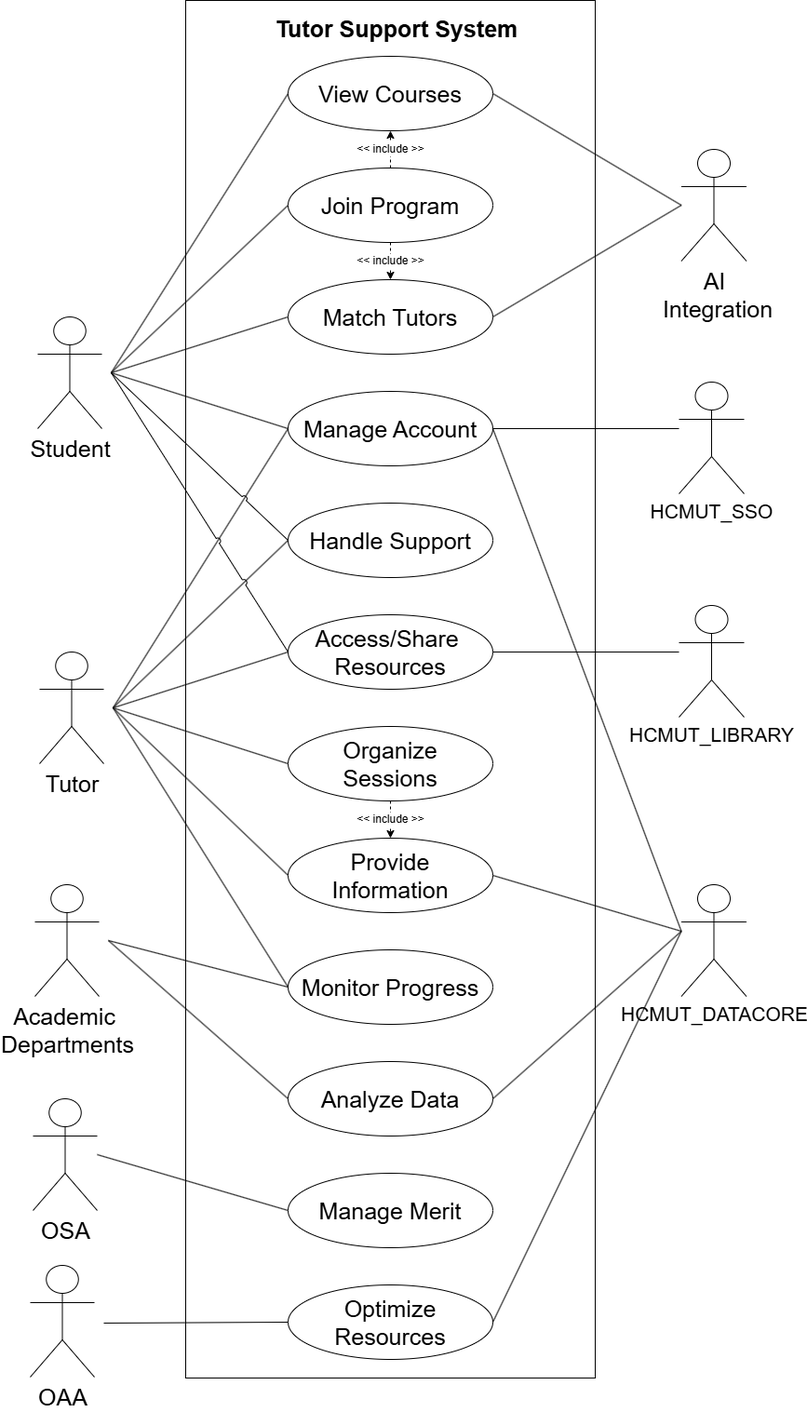
Above: docs/usecases/system/system.drawio.png in lamtranhuynhha/tutor-support-system (draw.io), before the change. Source tidied: cells renumbered, new cells last; positions are measured from the earlier drawing's top-left corner, leaving out a move shared by most shapes. Source of this version:
```xml
<mxGraphModel background="#ffffff">
  <root>
    <mxCell id="0" />
    <mxCell id="1" parent="0" />
    <mxCell id="2" style="rounded=0;whiteSpace=wrap;html=1;" parent="1" vertex="1">
      <mxGeometry x="170" width="440" height="1480" as="geometry" />
    </mxCell>
    <mxCell id="3" style="rounded=0;whiteSpace=wrap;html=1;opacity=0;fontSize=21;" parent="1" vertex="1">
      <mxGeometry x="702.5" y="930" width="75" height="140" as="geometry" />
    </mxCell>
    <mxCell id="4" style="rounded=0;whiteSpace=wrap;html=1;opacity=0;fontSize=21;" parent="1" vertex="1">
      <mxGeometry x="700" y="630" width="75" height="140" as="geometry" />
    </mxCell>
    <mxCell id="5" style="rounded=0;whiteSpace=wrap;html=1;opacity=0;fontSize=21;" parent="1" vertex="1">
      <mxGeometry x="700" y="390" width="75" height="140" as="geometry" />
    </mxCell>
    <mxCell id="6" style="rounded=0;whiteSpace=wrap;html=1;opacity=0;fontSize=25;" parent="1" vertex="1">
      <mxGeometry y="1180" width="75" height="120" as="geometry" />
    </mxCell>
    <mxCell id="7" style="rounded=0;whiteSpace=wrap;html=1;opacity=0;fontSize=25;" parent="1" vertex="1">
      <mxGeometry x="7" y="1361" width="75" height="120" as="geometry" />
    </mxCell>
    <mxCell id="8" style="rounded=0;whiteSpace=wrap;html=1;opacity=0;fontSize=25;" parent="1" vertex="1">
      <mxGeometry x="12" y="960" width="75" height="100" as="geometry" />
    </mxCell>
    <mxCell id="9" style="rounded=0;whiteSpace=wrap;html=1;opacity=0;fontSize=25;" parent="1" vertex="1">
      <mxGeometry x="17" y="700" width="75" height="120" as="geometry" />
    </mxCell>
    <mxCell id="10" style="rounded=0;whiteSpace=wrap;html=1;opacity=0;fontSize=25;" parent="1" vertex="1">
      <mxGeometry x="15" y="340" width="75" height="120" as="geometry" />
    </mxCell>
    <mxCell id="11" style="rounded=0;whiteSpace=wrap;html=1;opacity=0;fontSize=25;" parent="1" vertex="1">
      <mxGeometry x="702.5" y="150" width="75" height="140" as="geometry" />
    </mxCell>
    <mxCell id="12" value="Student" style="shape=umlActor;verticalLabelPosition=bottom;verticalAlign=top;html=1;fontSize=25;" parent="1" vertex="1">
      <mxGeometry x="11" y="340" width="69" height="120" as="geometry" />
    </mxCell>
    <mxCell id="13" value="Manage Account" style="ellipse;whiteSpace=wrap;html=1;fontSize=25;" parent="1" vertex="1">
      <mxGeometry x="280" y="420" width="220" height="80" as="geometry" />
    </mxCell>
    <mxCell id="14" value="Match Tutors" style="ellipse;whiteSpace=wrap;html=1;fontSize=25;" parent="1" vertex="1">
      <mxGeometry x="280" y="300" width="220" height="80" as="geometry" />
    </mxCell>
    <mxCell id="15" value="&amp;lt;&amp;lt; include &amp;gt;&amp;gt;" style="edgeStyle=none;html=1;entryX=0.5;entryY=1;entryDx=0;entryDy=0;dashed=1;fontSize=12;" parent="1" edge="1" source="17" target="18">
      <mxGeometry relative="1" as="geometry" />
    </mxCell>
    <mxCell id="16" value="&amp;lt;&amp;lt; include &amp;gt;&amp;gt;" style="edgeStyle=none;html=1;entryX=0.5;entryY=0;entryDx=0;entryDy=0;dashed=1;fontSize=12;" parent="1" edge="1" source="17" target="14">
      <mxGeometry relative="1" as="geometry" />
    </mxCell>
    <mxCell id="17" value="Join Program" style="ellipse;whiteSpace=wrap;html=1;fontSize=25;" parent="1" vertex="1">
      <mxGeometry x="280" y="180" width="220" height="80" as="geometry" />
    </mxCell>
    <mxCell id="18" value="View Courses" style="ellipse;whiteSpace=wrap;html=1;fontSize=25;" parent="1" vertex="1">
      <mxGeometry x="280" y="60" width="220" height="80" as="geometry" />
    </mxCell>
    <mxCell id="19" value="Provide&lt;div&gt;Information&lt;/div&gt;" style="ellipse;whiteSpace=wrap;html=1;fontSize=25;" parent="1" vertex="1">
      <mxGeometry x="280" y="900" width="220" height="80" as="geometry" />
    </mxCell>
    <mxCell id="20" value="&amp;lt;&amp;lt; include &amp;gt;&amp;gt;" style="edgeStyle=none;html=1;dashed=1;fontSize=12;" parent="1" edge="1" source="21" target="19">
      <mxGeometry relative="1" as="geometry" />
    </mxCell>
    <mxCell id="21" value="Organize&lt;div&gt;Sessions&lt;/div&gt;" style="ellipse;whiteSpace=wrap;html=1;fontSize=25;" parent="1" vertex="1">
      <mxGeometry x="280" y="780" width="220" height="80" as="geometry" />
    </mxCell>
    <mxCell id="22" value="Monitor Progress" style="ellipse;whiteSpace=wrap;html=1;fontSize=25;" parent="1" vertex="1">
      <mxGeometry x="280" y="1020" width="220" height="80" as="geometry" />
    </mxCell>
    <mxCell id="23" value="Analyze Data" style="ellipse;whiteSpace=wrap;html=1;fontSize=25;" parent="1" vertex="1">
      <mxGeometry x="280" y="1140" width="220" height="80" as="geometry" />
    </mxCell>
    <mxCell id="24" value="Access/Share&amp;nbsp;&lt;div&gt;Resources&lt;/div&gt;" style="ellipse;whiteSpace=wrap;html=1;fontSize=25;" parent="1" vertex="1">
      <mxGeometry x="280" y="660" width="220" height="80" as="geometry" />
    </mxCell>
    <mxCell id="25" value="Handle Support" style="ellipse;whiteSpace=wrap;html=1;fontSize=25;" parent="1" vertex="1">
      <mxGeometry x="280" y="540" width="220" height="80" as="geometry" />
    </mxCell>
    <mxCell id="26" value="Tutor" style="shape=umlActor;verticalLabelPosition=bottom;verticalAlign=top;html=1;fontSize=25;" parent="1" vertex="1">
      <mxGeometry x="13" y="700" width="69" height="120" as="geometry" />
    </mxCell>
    <mxCell id="27" value="Optimize Resources" style="ellipse;whiteSpace=wrap;html=1;fontSize=25;" parent="1" vertex="1">
      <mxGeometry x="280" y="1380" width="220" height="80" as="geometry" />
    </mxCell>
    <mxCell id="28" value="Manage&amp;nbsp;Merit" style="ellipse;whiteSpace=wrap;html=1;fontSize=25;" parent="1" vertex="1">
      <mxGeometry x="280" y="1260" width="220" height="80" as="geometry" />
    </mxCell>
    <mxCell id="29" value="Academic&amp;nbsp;&lt;div&gt;Departments&lt;/div&gt;" style="shape=umlActor;verticalLabelPosition=bottom;verticalAlign=top;html=1;fontSize=25;" parent="1" vertex="1">
      <mxGeometry x="8" y="950" width="69" height="120" as="geometry" />
    </mxCell>
    <mxCell id="30" value="OAA" style="shape=umlActor;verticalLabelPosition=bottom;verticalAlign=top;html=1;fontSize=25;" parent="1" vertex="1">
      <mxGeometry x="3" y="1359" width="69" height="120" as="geometry" />
    </mxCell>
    <mxCell id="31" value="OSA" style="shape=umlActor;verticalLabelPosition=bottom;verticalAlign=top;html=1;fontSize=25;" parent="1" vertex="1">
      <mxGeometry x="6" y="1180" width="69" height="120" as="geometry" />
    </mxCell>
    <mxCell id="32" value="HCMUT_SSO" style="shape=umlActor;verticalLabelPosition=bottom;verticalAlign=top;html=1;fontSize=21;" parent="1" vertex="1">
      <mxGeometry x="700" y="410" width="70" height="120" as="geometry" />
    </mxCell>
    <mxCell id="33" value="HCMUT_LIBRARY" style="shape=umlActor;verticalLabelPosition=bottom;verticalAlign=top;html=1;fontSize=21;" parent="1" vertex="1">
      <mxGeometry x="700" y="650" width="70" height="120" as="geometry" />
    </mxCell>
    <mxCell id="34" value="HCMUT_DATACORE" style="shape=umlActor;verticalLabelPosition=bottom;verticalAlign=top;html=1;fontSize=21;" parent="1" vertex="1">
      <mxGeometry x="702.5" y="950" width="70" height="120" as="geometry" />
    </mxCell>
    <mxCell id="35" style="endArrow=none;html=1;exitX=1;exitY=0.5;exitDx=0;exitDy=0;entryX=0;entryY=0.5;entryDx=0;entryDy=0;fontSize=25;" parent="1" edge="1" source="10" target="18">
      <mxGeometry relative="1" as="geometry" />
    </mxCell>
    <mxCell id="36" style="endArrow=none;html=1;exitX=1;exitY=0.5;exitDx=0;exitDy=0;entryX=0;entryY=0.5;entryDx=0;entryDy=0;fontSize=25;" parent="1" edge="1" source="10" target="17">
      <mxGeometry relative="1" as="geometry" />
    </mxCell>
    <mxCell id="37" style="endArrow=none;html=1;exitX=1;exitY=0.5;exitDx=0;exitDy=0;entryX=0;entryY=0.5;entryDx=0;entryDy=0;fontSize=25;" parent="1" edge="1" source="10" target="14">
      <mxGeometry relative="1" as="geometry" />
    </mxCell>
    <mxCell id="38" style="endArrow=none;html=1;exitX=1;exitY=0.5;exitDx=0;exitDy=0;entryX=0;entryY=0.5;entryDx=0;entryDy=0;fontSize=25;" parent="1" edge="1" source="9" target="25">
      <mxGeometry relative="1" as="geometry" />
    </mxCell>
    <mxCell id="39" style="endArrow=none;html=1;exitX=1;exitY=0.5;exitDx=0;exitDy=0;entryX=0;entryY=0.5;entryDx=0;entryDy=0;fontSize=25;" parent="1" edge="1" source="9" target="24">
      <mxGeometry relative="1" as="geometry" />
    </mxCell>
    <mxCell id="40" style="endArrow=none;html=1;exitX=1;exitY=0.5;exitDx=0;exitDy=0;entryX=0;entryY=0.5;entryDx=0;entryDy=0;fontSize=25;" parent="1" edge="1" source="9" target="13">
      <mxGeometry relative="1" as="geometry" />
    </mxCell>
    <mxCell id="41" style="endArrow=none;html=1;exitX=1;exitY=0.5;exitDx=0;exitDy=0;entryX=0;entryY=0.5;entryDx=0;entryDy=0;fontSize=25;" parent="1" edge="1" source="9" target="21">
      <mxGeometry relative="1" as="geometry" />
    </mxCell>
    <mxCell id="42" style="endArrow=none;html=1;exitX=1;exitY=0.5;exitDx=0;exitDy=0;entryX=0;entryY=0.5;entryDx=0;entryDy=0;fontSize=25;" parent="1" edge="1" source="9" target="19">
      <mxGeometry relative="1" as="geometry" />
    </mxCell>
    <mxCell id="43" style="endArrow=none;html=1;exitX=1;exitY=0.5;exitDx=0;exitDy=0;entryX=0;entryY=0.5;entryDx=0;entryDy=0;fontSize=25;" parent="1" edge="1" source="9" target="22">
      <mxGeometry relative="1" as="geometry" />
    </mxCell>
    <mxCell id="44" style="endArrow=none;html=1;exitX=1;exitY=0.5;exitDx=0;exitDy=0;entryX=0;entryY=0.5;entryDx=0;entryDy=0;fontSize=25;" parent="1" edge="1" source="8" target="22">
      <mxGeometry relative="1" as="geometry" />
    </mxCell>
    <mxCell id="45" style="endArrow=none;html=1;exitX=1;exitY=0.5;exitDx=0;exitDy=0;entryX=0;entryY=0.5;entryDx=0;entryDy=0;fontSize=25;" parent="1" edge="1" source="8" target="23">
      <mxGeometry relative="1" as="geometry" />
    </mxCell>
    <mxCell id="46" style="endArrow=none;html=1;entryX=0;entryY=0.5;entryDx=0;entryDy=0;exitX=1;exitY=0.5;exitDx=0;exitDy=0;fontSize=25;" parent="1" edge="1" source="7" target="27">
      <mxGeometry relative="1" as="geometry" />
    </mxCell>
    <mxCell id="47" style="endArrow=none;html=1;entryX=0;entryY=0.5;entryDx=0;entryDy=0;exitX=1;exitY=0.5;exitDx=0;exitDy=0;fontSize=25;" parent="1" edge="1" source="6" target="28">
      <mxGeometry relative="1" as="geometry" />
    </mxCell>
    <mxCell id="48" value="AI&lt;br&gt;&amp;nbsp;Integration" style="shape=umlActor;verticalLabelPosition=bottom;verticalAlign=top;html=1;fontSize=25;" parent="1" vertex="1">
      <mxGeometry x="702.5" y="160" width="70" height="120" as="geometry" />
    </mxCell>
    <mxCell id="49" style="endArrow=none;html=1;exitX=0;exitY=0.5;exitDx=0;exitDy=0;entryX=1;entryY=0.5;entryDx=0;entryDy=0;fontSize=25;" parent="1" edge="1" source="11" target="14">
      <mxGeometry relative="1" as="geometry" />
    </mxCell>
    <mxCell id="50" style="endArrow=none;html=1;exitX=0;exitY=0.5;exitDx=0;exitDy=0;entryX=1;entryY=0.5;entryDx=0;entryDy=0;fontSize=25;" parent="1" edge="1" source="11" target="18">
      <mxGeometry relative="1" as="geometry" />
    </mxCell>
    <mxCell id="51" value="&lt;font&gt;&lt;b&gt;Tutor Support System&lt;/b&gt;&lt;/font&gt;" style="text;html=1;align=center;verticalAlign=middle;whiteSpace=wrap;rounded=0;fontSize=25;" parent="1" vertex="1">
      <mxGeometry x="77" y="10" width="640" height="40" as="geometry" />
    </mxCell>
    <mxCell id="52" style="endArrow=none;html=1;exitX=1;exitY=0.5;exitDx=0;exitDy=0;entryX=0;entryY=0.5;entryDx=0;entryDy=0;fontSize=25;jumpStyle=arc;" parent="1" edge="1" source="10" target="13">
      <mxGeometry relative="1" as="geometry" />
    </mxCell>
    <mxCell id="53" style="endArrow=none;html=1;exitX=1;exitY=0.5;exitDx=0;exitDy=0;entryX=0;entryY=0.5;entryDx=0;entryDy=0;fontSize=25;jumpStyle=arc;" parent="1" edge="1" source="10" target="24">
      <mxGeometry relative="1" as="geometry" />
    </mxCell>
    <mxCell id="54" style="endArrow=none;html=1;exitX=1;exitY=0.5;exitDx=0;exitDy=0;entryX=0;entryY=0.5;entryDx=0;entryDy=0;fontSize=25;jumpStyle=arc;" parent="1" edge="1" source="10" target="25">
      <mxGeometry relative="1" as="geometry" />
    </mxCell>
    <mxCell id="55" style="endArrow=none;html=1;entryX=1;entryY=0.5;entryDx=0;entryDy=0;exitX=0;exitY=0.5;exitDx=0;exitDy=0;fontSize=25;jumpStyle=arc;" parent="1" edge="1" source="4" target="24">
      <mxGeometry relative="1" as="geometry" />
    </mxCell>
    <mxCell id="56" style="endArrow=none;html=1;entryX=1;entryY=0.5;entryDx=0;entryDy=0;exitX=0;exitY=0.5;exitDx=0;exitDy=0;" parent="1" edge="1" source="5" target="13">
      <mxGeometry relative="1" as="geometry" />
    </mxCell>
    <mxCell id="57" style="endArrow=none;html=1;exitX=0;exitY=0.5;exitDx=0;exitDy=0;entryX=1;entryY=0.5;entryDx=0;entryDy=0;" parent="1" edge="1" source="3" target="23">
      <mxGeometry relative="1" as="geometry" />
    </mxCell>
    <mxCell id="58" style="endArrow=none;html=1;entryX=1;entryY=0.5;entryDx=0;entryDy=0;exitX=0;exitY=0.5;exitDx=0;exitDy=0;" parent="1" edge="1" source="3" target="19">
      <mxGeometry relative="1" as="geometry" />
    </mxCell>
    <mxCell id="59" style="endArrow=none;html=1;entryX=1;entryY=0.5;entryDx=0;entryDy=0;exitX=0;exitY=0.5;exitDx=0;exitDy=0;" parent="1" edge="1" source="3" target="13">
      <mxGeometry relative="1" as="geometry" />
    </mxCell>
    <mxCell id="60" style="endArrow=none;html=1;exitX=0;exitY=0.5;exitDx=0;exitDy=0;entryX=1;entryY=0.5;entryDx=0;entryDy=0;jumpStyle=gap;" parent="1" edge="1" source="3" target="27">
      <mxGeometry relative="1" as="geometry" />
    </mxCell>
  </root>
</mxGraphModel>
```
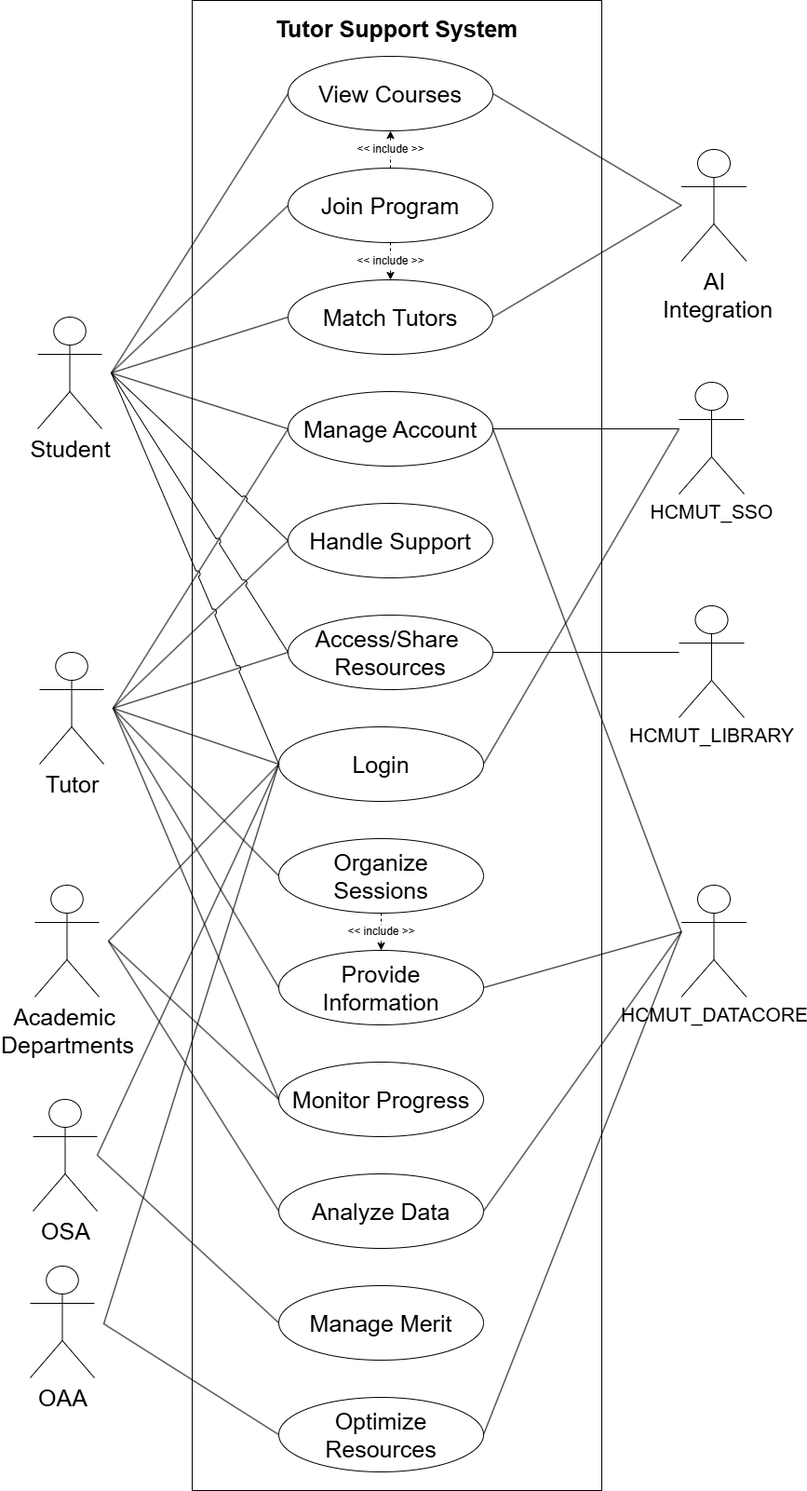
After the change.

What changed in the source:
```diff
@@ -3,7 +3,7 @@
     <mxCell id="0" />
     <mxCell id="1" parent="0" />
     <mxCell id="2" style="rounded=0;whiteSpace=wrap;html=1;" parent="1" vertex="1">
-      <mxGeometry x="170" width="440" height="1480" as="geometry" />
+      <mxGeometry x="177" width="440" height="1600" as="geometry" />
     </mxCell>
     <mxCell id="3" style="rounded=0;whiteSpace=wrap;html=1;opacity=0;fontSize=21;" parent="1" vertex="1">
       <mxGeometry x="702.5" y="930" width="75" height="140" as="geometry" />
@@ -54,19 +54,19 @@
       <mxGeometry x="280" y="60" width="220" height="80" as="geometry" />
     </mxCell>
     <mxCell id="19" value="Provide&lt;div&gt;Information&lt;/div&gt;" style="ellipse;whiteSpace=wrap;html=1;fontSize=25;" parent="1" vertex="1">
-      <mxGeometry x="280" y="900" width="220" height="80" as="geometry" />
+      <mxGeometry x="270" y="1020" width="220" height="80" as="geometry" />
     </mxCell>
     <mxCell id="20" value="&amp;lt;&amp;lt; include &amp;gt;&amp;gt;" style="edgeStyle=none;html=1;dashed=1;fontSize=12;" parent="1" edge="1" source="21" target="19">
       <mxGeometry relative="1" as="geometry" />
     </mxCell>
     <mxCell id="21" value="Organize&lt;div&gt;Sessions&lt;/div&gt;" style="ellipse;whiteSpace=wrap;html=1;fontSize=25;" parent="1" vertex="1">
-      <mxGeometry x="280" y="780" width="220" height="80" as="geometry" />
+      <mxGeometry x="270" y="900" width="220" height="80" as="geometry" />
     </mxCell>
     <mxCell id="22" value="Monitor Progress" style="ellipse;whiteSpace=wrap;html=1;fontSize=25;" parent="1" vertex="1">
-      <mxGeometry x="280" y="1020" width="220" height="80" as="geometry" />
+      <mxGeometry x="270" y="1140" width="220" height="80" as="geometry" />
     </mxCell>
     <mxCell id="23" value="Analyze Data" style="ellipse;whiteSpace=wrap;html=1;fontSize=25;" parent="1" vertex="1">
-      <mxGeometry x="280" y="1140" width="220" height="80" as="geometry" />
+      <mxGeometry x="270" y="1260" width="220" height="80" as="geometry" />
     </mxCell>
     <mxCell id="24" value="Access/Share&amp;nbsp;&lt;div&gt;Resources&lt;/div&gt;" style="ellipse;whiteSpace=wrap;html=1;fontSize=25;" parent="1" vertex="1">
       <mxGeometry x="280" y="660" width="220" height="80" as="geometry" />
@@ -78,10 +78,10 @@
       <mxGeometry x="13" y="700" width="69" height="120" as="geometry" />
     </mxCell>
     <mxCell id="27" value="Optimize Resources" style="ellipse;whiteSpace=wrap;html=1;fontSize=25;" parent="1" vertex="1">
-      <mxGeometry x="280" y="1380" width="220" height="80" as="geometry" />
+      <mxGeometry x="270" y="1500" width="220" height="80" as="geometry" />
     </mxCell>
     <mxCell id="28" value="Manage&amp;nbsp;Merit" style="ellipse;whiteSpace=wrap;html=1;fontSize=25;" parent="1" vertex="1">
-      <mxGeometry x="280" y="1260" width="220" height="80" as="geometry" />
+      <mxGeometry x="270" y="1380" width="220" height="80" as="geometry" />
     </mxCell>
     <mxCell id="29" value="Academic&amp;nbsp;&lt;div&gt;Departments&lt;/div&gt;" style="shape=umlActor;verticalLabelPosition=bottom;verticalAlign=top;html=1;fontSize=25;" parent="1" vertex="1">
       <mxGeometry x="8" y="950" width="69" height="120" as="geometry" />
@@ -179,5 +179,28 @@
     <mxCell id="60" style="endArrow=none;html=1;exitX=0;exitY=0.5;exitDx=0;exitDy=0;entryX=1;entryY=0.5;entryDx=0;entryDy=0;jumpStyle=gap;" parent="1" edge="1" source="3" target="27">
       <mxGeometry relative="1" as="geometry" />
     </mxCell>
+    <mxCell id="61" value="Login" style="ellipse;whiteSpace=wrap;html=1;fontSize=25;" parent="1" vertex="1">
+      <mxGeometry x="270" y="780" width="220" height="80" as="geometry" />
+    </mxCell>
+    <mxCell id="62" style="endArrow=none;html=1;exitX=1;exitY=0.5;exitDx=0;exitDy=0;entryX=0;entryY=0.5;entryDx=0;entryDy=0;fontSize=25;" parent="1" edge="1" source="9" target="61">
+      <mxGeometry relative="1" as="geometry" />
+    </mxCell>
+    <mxCell id="63" style="endArrow=none;html=1;exitX=1;exitY=0.5;exitDx=0;exitDy=0;entryX=0;entryY=0.5;entryDx=0;entryDy=0;fontSize=25;jumpStyle=arc;" parent="1" edge="1" source="10" target="61">
+      <mxGeometry relative="1" as="geometry" />
+    </mxCell>
+    <mxCell id="64" style="endArrow=none;html=1;exitX=1;exitY=0.5;exitDx=0;exitDy=0;entryX=0;entryY=0.5;entryDx=0;entryDy=0;fontSize=25;" parent="1" edge="1" source="8" target="61">
+      <mxGeometry relative="1" as="geometry" />
+    </mxCell>
+    <mxCell id="65" style="endArrow=none;html=1;exitX=1;exitY=0.5;exitDx=0;exitDy=0;entryX=0;entryY=0.5;entryDx=0;entryDy=0;fontSize=25;" parent="1" edge="1" source="6" target="61">
+      <mxGeometry relative="1" as="geometry" />
+    </mxCell>
+    <mxCell id="66" style="endArrow=none;html=1;exitX=1;exitY=0.5;exitDx=0;exitDy=0;entryX=0;entryY=0.5;entryDx=0;entryDy=0;fontSize=25;" parent="1" edge="1" source="7" target="61">
+      <mxGeometry relative="1" as="geometry" />
+    </mxCell>
+    <mxCell id="67" style="endArrow=none;html=1;entryX=1;entryY=0.5;entryDx=0;entryDy=0;" parent="1" edge="1" target="61">
+      <mxGeometry relative="1" as="geometry">
+        <mxPoint x="700" y="460" as="sourcePoint" />
+      </mxGeometry>
+    </mxCell>
   </root>
 </mxGraphModel>
```
